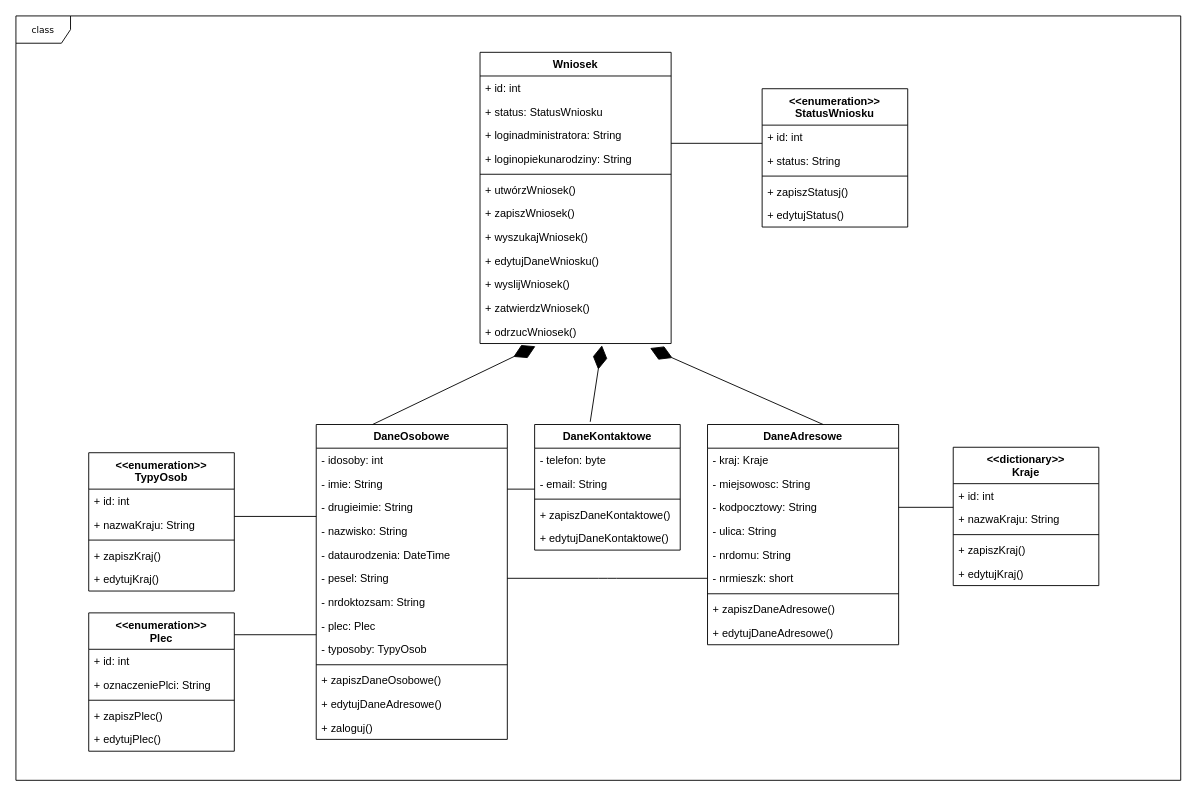
This is eRodzina-model-dziedziny.drawio from tadeg/study, a draw.io file, before an edit. Source tidied: cells renumbered, new cells numbered last; positions are measured from the earlier drawing's top-left corner, leaving out a move shared by most shapes. Both pictures are drawn from the tidied source at 91%, with x=0, y=0 at pixel (15, 15).
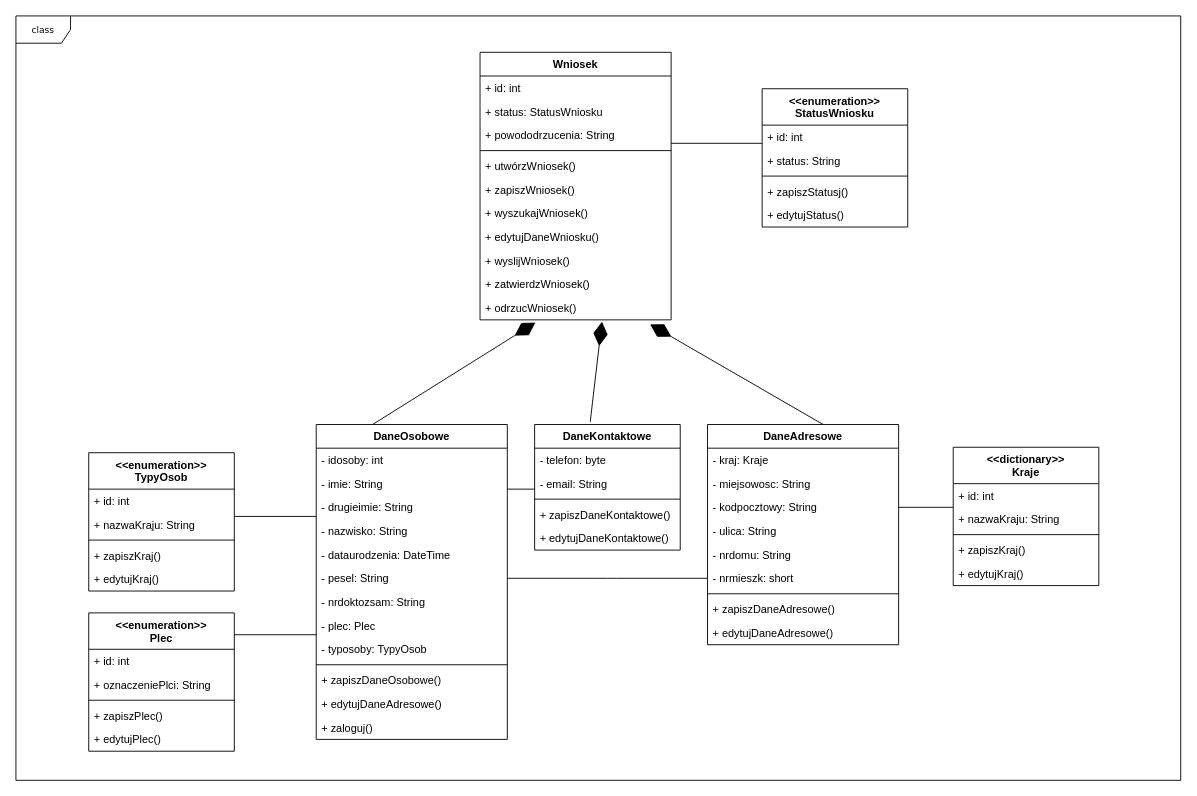
The same page after the edit.

The edit, as a diff of the source:
```diff
@@
     <mxCell id="2" value="Wniosek" style="swimlane;fontStyle=1;align=center;verticalAlign=top;horizontal=1;startSize=26;" parent="1" vertex="1">
-      <mxGeometry x="510" y="40" width="210" height="320" as="geometry" />
+      <mxGeometry x="510" y="40" width="210" height="294" as="geometry" />
     </mxCell>
@@
-    <mxCell id="5" value="+ loginadministratora: String" style="text;strokeColor=none;fillColor=none;align=left;verticalAlign=top;spacingLeft=4;spacingRight=4;overflow=hidden;" parent="2" vertex="1">
+    <mxCell id="5" value="+ powododrzucenia: String" style="text;strokeColor=none;fillColor=none;align=left;verticalAlign=top;spacingLeft=4;spacingRight=4;overflow=hidden;" parent="2" vertex="1">
       <mxGeometry y="78" width="210" height="26" as="geometry" />
     </mxCell>
-    <mxCell id="6" value="+ loginopiekunarodziny: String" style="text;strokeColor=none;fillColor=none;align=left;verticalAlign=top;spacingLeft=4;spacingRight=4;overflow=hidden;" parent="2" vertex="1">
-      <mxGeometry y="104" width="210" height="26" as="geometry" />
-    </mxCell>
     <mxCell id="7" style="line;strokeWidth=1;fillColor=none;align=left;verticalAlign=middle;spacingTop=-1;spacingLeft=3;spacingRight=3;labelPosition=right;" parent="2" vertex="1">
-      <mxGeometry y="130" width="210" height="8" as="geometry" />
+      <mxGeometry y="104" width="210" height="8" as="geometry" />
     </mxCell>
     <mxCell id="8" value="+ utwórzWniosek()&#10;" style="text;strokeColor=none;fillColor=none;align=left;verticalAlign=top;spacingLeft=4;spacingRight=4;overflow=hidden;" parent="2" vertex="1">
-      <mxGeometry y="138" width="210" height="26" as="geometry" />
+      <mxGeometry y="112" width="210" height="26" as="geometry" />
     </mxCell>
     <mxCell id="9" value="+ zapiszWniosek()&#10;" style="text;strokeColor=none;fillColor=none;align=left;verticalAlign=top;spacingLeft=4;spacingRight=4;overflow=hidden;" parent="2" vertex="1">
-      <mxGeometry y="164" width="210" height="26" as="geometry" />
+      <mxGeometry y="138" width="210" height="26" as="geometry" />
     </mxCell>
     <mxCell id="10" value="+ wyszukajWniosek()&#10;" style="text;strokeColor=none;fillColor=none;align=left;verticalAlign=top;spacingLeft=4;spacingRight=4;overflow=hidden;" parent="2" vertex="1">
-      <mxGeometry y="190" width="210" height="26" as="geometry" />
+      <mxGeometry y="164" width="210" height="26" as="geometry" />
     </mxCell>
     <mxCell id="11" value="+ edytujDaneWniosku()&#10;" style="text;strokeColor=none;fillColor=none;align=left;verticalAlign=top;spacingLeft=4;spacingRight=4;overflow=hidden;" parent="2" vertex="1">
-      <mxGeometry y="216" width="210" height="26" as="geometry" />
+      <mxGeometry y="190" width="210" height="26" as="geometry" />
     </mxCell>
     <mxCell id="12" value="+ wyslijWniosek()&#10;" style="text;strokeColor=none;fillColor=none;align=left;verticalAlign=top;spacingLeft=4;spacingRight=4;overflow=hidden;" parent="2" vertex="1">
-      <mxGeometry y="242" width="210" height="26" as="geometry" />
+      <mxGeometry y="216" width="210" height="26" as="geometry" />
     </mxCell>
     <mxCell id="13" value="+ zatwierdzWniosek()&#10;" style="text;strokeColor=none;fillColor=none;align=left;verticalAlign=top;spacingLeft=4;spacingRight=4;overflow=hidden;" parent="2" vertex="1">
-      <mxGeometry y="268" width="210" height="26" as="geometry" />
+      <mxGeometry y="242" width="210" height="26" as="geometry" />
     </mxCell>
     <mxCell id="14" value="+ odrzucWniosek()&#10;" style="text;strokeColor=none;fillColor=none;align=left;verticalAlign=top;spacingLeft=4;spacingRight=4;overflow=hidden;points=[[0,0.5],[1,0.5]];portConstraint=eastwest;" parent="2" vertex="1">
-      <mxGeometry y="294" width="210" height="26" as="geometry" />
+      <mxGeometry y="268" width="210" height="26" as="geometry" />
     </mxCell>
```
